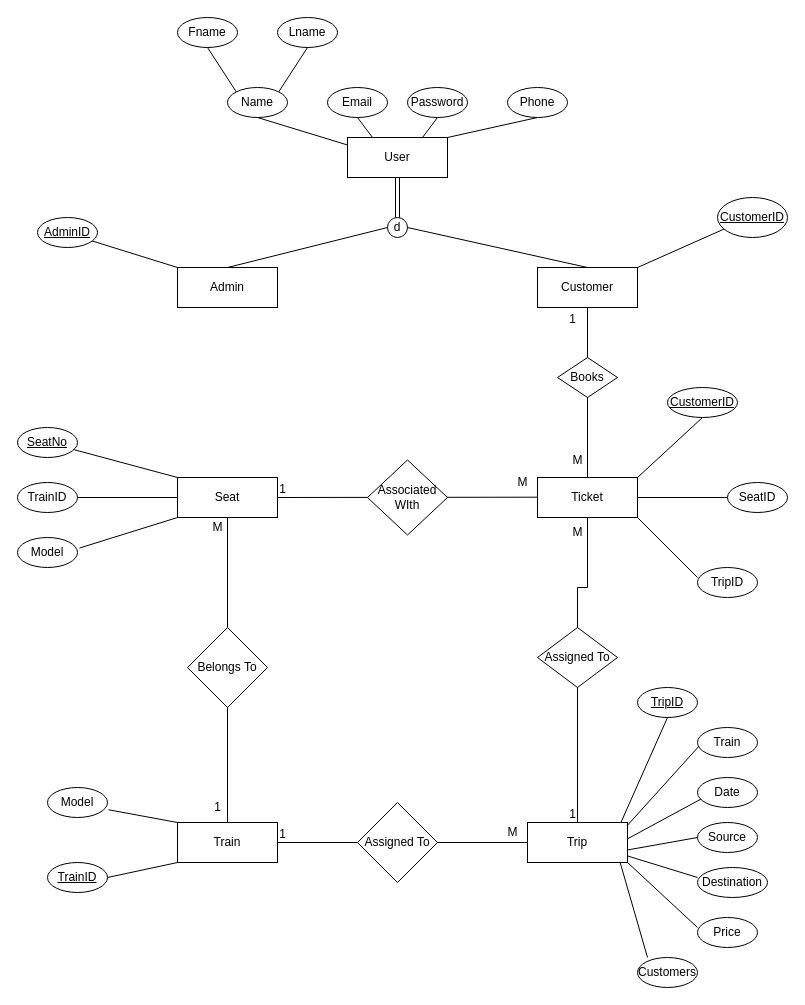
This is ERD.drawio from AliveTube/Train-Booking-App, a draw.io file, before an edit. Source tidied: cells renumbered, new cells numbered last; positions are measured from the earlier drawing's top-left corner, leaving out a move shared by most shapes. Both pictures are drawn from the tidied source at 100%, with x=0, y=0 at pixel (17, 17).
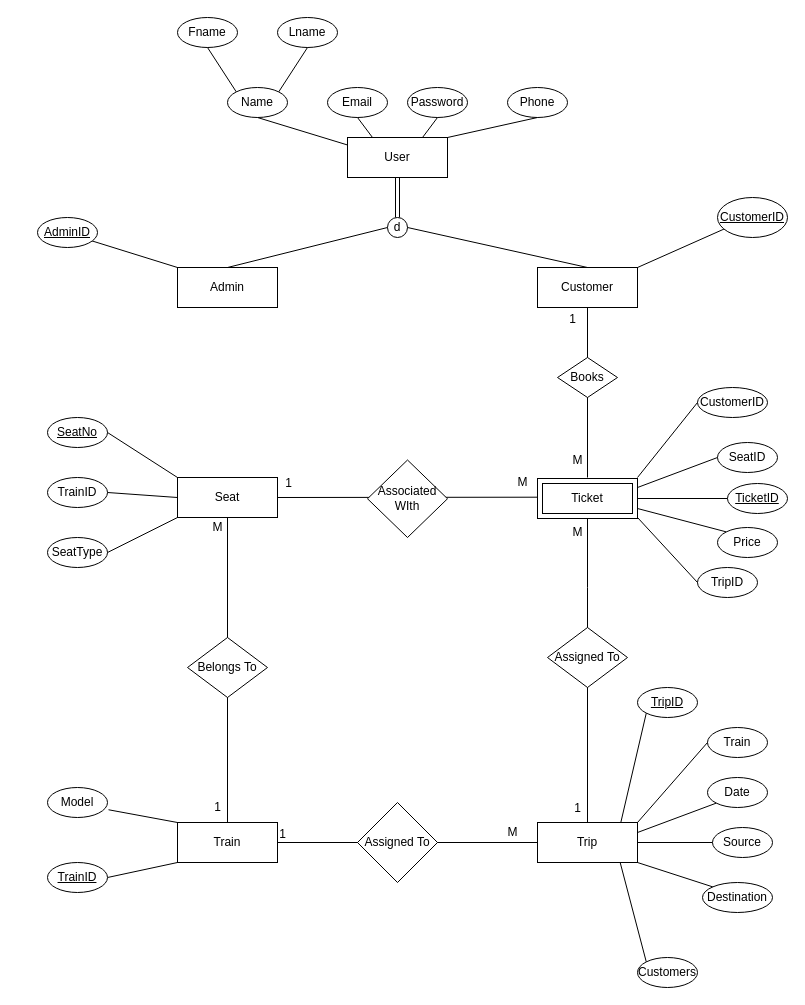
After the change.

The change refers to these unchanged cells:
```xml
<mxCell id="4" value="Customer" style="whiteSpace=wrap;html=1;align=center;" parent="1" vertex="1">
  <mxGeometry x="520" y="250" width="100" height="40" as="geometry" />
</mxCell>
<mxCell id="30" value="Seat" style="whiteSpace=wrap;html=1;align=center;" parent="1" vertex="1">
  <mxGeometry x="160" y="460" width="100" height="40" as="geometry" />
</mxCell>
<mxCell id="34" value="TripID" style="ellipse;whiteSpace=wrap;html=1;" parent="1" vertex="1">
  <mxGeometry x="680" y="550" width="60" height="30" as="geometry" />
</mxCell>
<mxCell id="46" value="&lt;u&gt;TripID&lt;/u&gt;" style="ellipse;whiteSpace=wrap;html=1;" parent="1" vertex="1">
  <mxGeometry x="620" y="670" width="60" height="30" as="geometry" />
</mxCell>
<mxCell id="52" value="Customers" style="ellipse;whiteSpace=wrap;html=1;" parent="1" vertex="1">
  <mxGeometry x="620" y="940" width="60" height="30" as="geometry" />
</mxCell>
<mxCell id="71" style="endArrow=none;html=1;rounded=0;entryX=1;entryY=0.5;entryDx=0;entryDy=0;exitX=0;exitY=0.5;exitDx=0;exitDy=0;" parent="1" edge="1" target="30">
  <mxGeometry relative="1" as="geometry">
    <mxPoint x="520" y="479.7" as="sourcePoint" />
  </mxGeometry>
</mxCell>
```

Change to the diagram source:
```diff
@@
     <mxCell id="21" value="Trip" style="whiteSpace=wrap;html=1;align=center;" parent="1" vertex="1">
-      <mxGeometry x="510" y="805" width="100" height="40" as="geometry" />
+      <mxGeometry x="520" y="805" width="100" height="40" as="geometry" />
     </mxCell>
@@
-    <mxCell id="31" value="Ticket" style="whiteSpace=wrap;html=1;align=center;" parent="1" vertex="1">
-      <mxGeometry x="520" y="460" width="100" height="40" as="geometry" />
-    </mxCell>
-    <mxCell id="32" value="&lt;u&gt;CustomerID&lt;/u&gt;" style="ellipse;whiteSpace=wrap;html=1;" parent="1" vertex="1">
-      <mxGeometry x="650" y="370" width="70" height="30" as="geometry" />
+    <mxCell id="32" value="CustomerID" style="ellipse;whiteSpace=wrap;html=1;" parent="1" vertex="1">
+      <mxGeometry x="680" y="370" width="70" height="30" as="geometry" />
     </mxCell>
     <mxCell id="33" value="SeatID" style="ellipse;whiteSpace=wrap;html=1;" parent="1" vertex="1">
-      <mxGeometry x="710" y="465" width="60" height="30" as="geometry" />
+      <mxGeometry x="700" y="425" width="60" height="30" as="geometry" />
     </mxCell>
@@
-    <mxCell id="35" style="endArrow=none;html=1;rounded=0;entryX=0.5;entryY=1;entryDx=0;entryDy=0;exitX=0.5;exitY=1;exitDx=0;exitDy=0;" parent="1" edge="1" source="32">
+    <mxCell id="35" style="endArrow=none;html=1;rounded=0;entryX=1;entryY=0;entryDx=0;entryDy=0;exitX=0;exitY=0.5;exitDx=0;exitDy=0;" parent="1" edge="1" source="32">
       <mxGeometry relative="1" as="geometry">
         <mxPoint x="620" y="460" as="targetPoint" />
       </mxGeometry>
     </mxCell>
     <mxCell id="36" value="&lt;u&gt;SeatNo&lt;/u&gt;" style="ellipse;whiteSpace=wrap;html=1;" parent="1" vertex="1">
-      <mxGeometry y="410" width="60" height="30" as="geometry" />
+      <mxGeometry x="30" y="400" width="60" height="30" as="geometry" />
     </mxCell>
-    <mxCell id="37" style="endArrow=none;html=1;rounded=0;exitX=1;exitY=0.5;exitDx=0;exitDy=0;" parent="1" edge="1" source="31">
+    <mxCell id="37" style="endArrow=none;html=1;rounded=0;exitX=1;exitY=0.25;exitDx=0;exitDy=0;entryX=0;entryY=0.5;entryDx=0;entryDy=0;" parent="1" edge="1" target="33">
       <mxGeometry relative="1" as="geometry">
-        <mxPoint x="710" y="480" as="targetPoint" />
+        <mxPoint x="620" y="470" as="sourcePoint" />
       </mxGeometry>
     </mxCell>
-    <mxCell id="38" style="endArrow=none;html=1;rounded=0;entryX=0.5;entryY=1;entryDx=0;entryDy=0;exitX=0.004;exitY=0.19;exitDx=0;exitDy=0;exitPerimeter=0;" parent="1" edge="1">
+    <mxCell id="38" style="endArrow=none;html=1;rounded=0;exitX=0;exitY=0.5;exitDx=0;exitDy=0;entryX=1;entryY=1;entryDx=0;entryDy=0;" parent="1" edge="1" source="34">
       <mxGeometry relative="1" as="geometry">
-        <mxPoint x="680" y="560" as="sourcePoint" />
         <mxPoint x="620" y="500" as="targetPoint" />
       </mxGeometry>
     </mxCell>
     <mxCell id="39" value="TrainID" style="ellipse;whiteSpace=wrap;html=1;" parent="1" vertex="1">
-      <mxGeometry y="465" width="60" height="30" as="geometry" />
+      <mxGeometry x="30" y="460" width="60" height="30" as="geometry" />
     </mxCell>
-    <mxCell id="40" value="Model" style="ellipse;whiteSpace=wrap;html=1;" parent="1" vertex="1">
-      <mxGeometry y="520" width="60" height="30" as="geometry" />
+    <mxCell id="40" value=" SeatType" style="ellipse;whiteSpace=wrap;html=1;" parent="1" vertex="1">
+      <mxGeometry x="30" y="520" width="60" height="30" as="geometry" />
     </mxCell>
-    <mxCell id="41" style="endArrow=none;html=1;rounded=0;exitX=0;exitY=0;exitDx=0;exitDy=0;" parent="1" edge="1" source="30" target="36">
+    <mxCell id="41" style="endArrow=none;html=1;rounded=0;exitX=0;exitY=0;exitDx=0;exitDy=0;entryX=1;entryY=0.5;entryDx=0;entryDy=0;" parent="1" edge="1" source="30" target="36">
       <mxGeometry relative="1" as="geometry" />
     </mxCell>
@@
-    <mxCell id="43" style="endArrow=none;html=1;rounded=0;exitX=0;exitY=1;exitDx=0;exitDy=0;entryX=1.031;entryY=0.353;entryDx=0;entryDy=0;entryPerimeter=0;" parent="1" edge="1" source="30" target="40">
+    <mxCell id="43" style="endArrow=none;html=1;rounded=0;exitX=0;exitY=1;exitDx=0;exitDy=0;entryX=1;entryY=0.5;entryDx=0;entryDy=0;" parent="1" edge="1" source="30" target="40">
       <mxGeometry relative="1" as="geometry" />
     </mxCell>
@@
     <mxCell id="47" value="Train" style="ellipse;whiteSpace=wrap;html=1;" parent="1" vertex="1">
-      <mxGeometry x="680" y="710" width="60" height="30" as="geometry" />
+      <mxGeometry x="690" y="710" width="60" height="30" as="geometry" />
     </mxCell>
     <mxCell id="48" value="Date" style="ellipse;whiteSpace=wrap;html=1;" parent="1" vertex="1">
-      <mxGeometry x="680" y="760" width="60" height="30" as="geometry" />
+      <mxGeometry x="690" y="760" width="60" height="30" as="geometry" />
     </mxCell>
     <mxCell id="49" value="Source" style="ellipse;whiteSpace=wrap;html=1;" parent="1" vertex="1">
-      <mxGeometry x="680" y="805" width="60" height="30" as="geometry" />
+      <mxGeometry x="695" y="810" width="60" height="30" as="geometry" />
     </mxCell>
     <mxCell id="50" value="Destination" style="ellipse;whiteSpace=wrap;html=1;" parent="1" vertex="1">
-      <mxGeometry x="680" y="850" width="70" height="30" as="geometry" />
+      <mxGeometry x="685" y="865" width="70" height="30" as="geometry" />
     </mxCell>
-    <mxCell id="51" value="Price" style="ellipse;whiteSpace=wrap;html=1;" parent="1" vertex="1">
-      <mxGeometry x="680" y="900" width="60" height="30" as="geometry" />
-    </mxCell>
@@
-    <mxCell id="53" style="endArrow=none;html=1;rounded=0;entryX=0.5;entryY=1;entryDx=0;entryDy=0;exitX=0.932;exitY=0.013;exitDx=0;exitDy=0;exitPerimeter=0;" parent="1" edge="1" source="21" target="46">
-      <mxGeometry relative="1" as="geometry" />
+    <mxCell id="53" style="endArrow=none;html=1;rounded=0;entryX=0;entryY=1;entryDx=0;entryDy=0;exitX=0.932;exitY=0.013;exitDx=0;exitDy=0;exitPerimeter=0;" parent="1" edge="1" target="46">
+      <mxGeometry relative="1" as="geometry">
+        <mxPoint x="603.2" y="805.5" as="sourcePoint" />
+      </mxGeometry>
     </mxCell>
-    <mxCell id="54" style="endArrow=none;html=1;rounded=0;entryX=0.023;entryY=0.627;entryDx=0;entryDy=0;exitX=0.994;exitY=0.086;exitDx=0;exitDy=0;exitPerimeter=0;entryPerimeter=0;" parent="1" edge="1" source="21" target="47">
+    <mxCell id="54" style="endArrow=none;html=1;rounded=0;entryX=0;entryY=0.5;entryDx=0;entryDy=0;exitX=1;exitY=0;exitDx=0;exitDy=0;" parent="1" edge="1" source="21" target="47">
       <mxGeometry relative="1" as="geometry" />
     </mxCell>
-    <mxCell id="55" style="endArrow=none;html=1;rounded=0;entryX=0.059;entryY=0.718;entryDx=0;entryDy=0;exitX=0.997;exitY=0.413;exitDx=0;exitDy=0;exitPerimeter=0;entryPerimeter=0;" parent="1" edge="1" source="21" target="48">
+    <mxCell id="55" style="endArrow=none;html=1;rounded=0;entryX=0;entryY=1;entryDx=0;entryDy=0;exitX=1;exitY=0.25;exitDx=0;exitDy=0;" parent="1" edge="1" source="21" target="48">
       <mxGeometry relative="1" as="geometry" />
     </mxCell>
-    <mxCell id="56" style="endArrow=none;html=1;rounded=0;entryX=0;entryY=0.5;entryDx=0;entryDy=0;exitX=1.001;exitY=0.686;exitDx=0;exitDy=0;exitPerimeter=0;" parent="1" edge="1" source="21" target="49">
+    <mxCell id="56" style="endArrow=none;html=1;rounded=0;entryX=0;entryY=0.5;entryDx=0;entryDy=0;exitX=1;exitY=0.5;exitDx=0;exitDy=0;" parent="1" edge="1" source="21" target="49">
       <mxGeometry relative="1" as="geometry" />
     </mxCell>
-    <mxCell id="57" style="endArrow=none;html=1;rounded=0;entryX=0;entryY=0.333;entryDx=0;entryDy=0;exitX=1.005;exitY=0.84;exitDx=0;exitDy=0;exitPerimeter=0;entryPerimeter=0;" parent="1" edge="1" source="21" target="50">
+    <mxCell id="57" style="endArrow=none;html=1;rounded=0;exitX=1;exitY=1;exitDx=0;exitDy=0;entryX=0;entryY=0;entryDx=0;entryDy=0;" parent="1" edge="1" source="21" target="50">
       <mxGeometry relative="1" as="geometry" />
     </mxCell>
-    <mxCell id="58" style="endArrow=none;html=1;rounded=0;entryX=0;entryY=0.333;entryDx=0;entryDy=0;exitX=1;exitY=1;exitDx=0;exitDy=0;entryPerimeter=0;" parent="1" edge="1" source="21" target="51">
-      <mxGeometry relative="1" as="geometry" />
-    </mxCell>
-    <mxCell id="59" style="endArrow=none;html=1;rounded=0;entryX=0.167;entryY=0;entryDx=0;entryDy=0;exitX=0.928;exitY=1.013;exitDx=0;exitDy=0;exitPerimeter=0;entryPerimeter=0;" parent="1" edge="1" source="21" target="52">
-      <mxGeometry relative="1" as="geometry" />
+    <mxCell id="59" style="endArrow=none;html=1;rounded=0;exitX=0.928;exitY=1.013;exitDx=0;exitDy=0;exitPerimeter=0;entryX=0;entryY=0;entryDx=0;entryDy=0;" parent="1" edge="1" target="52">
+      <mxGeometry relative="1" as="geometry">
+        <mxPoint x="602.8" y="845.5" as="sourcePoint" />
+      </mxGeometry>
     </mxCell>
-    <mxCell id="60" style="endArrow=none;html=1;rounded=0;entryX=0.5;entryY=1;entryDx=0;entryDy=0;exitX=0.5;exitY=0;exitDx=0;exitDy=0;" parent="1" edge="1" source="31" target="4">
-      <mxGeometry relative="1" as="geometry" />
+    <mxCell id="60" style="endArrow=none;html=1;rounded=0;entryX=0.5;entryY=1;entryDx=0;entryDy=0;exitX=0.5;exitY=0;exitDx=0;exitDy=0;" parent="1" edge="1" target="4">
+      <mxGeometry relative="1" as="geometry">
+        <mxPoint x="570" y="460" as="sourcePoint" />
+      </mxGeometry>
     </mxCell>
@@
-    <mxCell id="63" style="endArrow=none;html=1;rounded=0;entryX=0.5;entryY=0;entryDx=0;entryDy=0;exitX=0.5;exitY=1;exitDx=0;exitDy=0;" parent="1" edge="1" source="31" target="21">
+    <mxCell id="63" style="endArrow=none;html=1;rounded=0;entryX=0.5;entryY=0;entryDx=0;entryDy=0;exitX=0.5;exitY=1;exitDx=0;exitDy=0;" parent="1" edge="1" target="21">
       <mxGeometry relative="1" as="geometry">
+        <mxPoint x="570" y="500" as="sourcePoint" />
         <Array as="points">
           <mxPoint x="570" y="570" />
-          <mxPoint x="560" y="570" />
         </Array>
       </mxGeometry>
     </mxCell>
     <mxCell id="64" value="1" style="html=1;whiteSpace=wrap;align=right;verticalAlign=bottom;" parent="63" vertex="1">
-      <mxGeometry x="1" relative="1" as="geometry" />
+      <mxGeometry x="1" relative="1" as="geometry">
+        <mxPoint x="-5" y="-6" as="offset" />
+      </mxGeometry>
     </mxCell>
@@
     <mxCell id="67" value="Assigned To" style="shape=rhombus;perimeter=rhombusPerimeter;whiteSpace=wrap;html=1;align=center;" parent="1" vertex="1">
-      <mxGeometry x="520" y="610" width="80" height="60" as="geometry" />
+      <mxGeometry x="530" y="610" width="80" height="60" as="geometry" />
     </mxCell>
@@
     <mxCell id="72" value="1" style="html=1;whiteSpace=wrap;align=right;verticalAlign=bottom;" parent="71" vertex="1">
       <mxGeometry x="1" relative="1" as="geometry">
-        <mxPoint x="10" as="offset" />
+        <mxPoint x="16" y="-6" as="offset" />
       </mxGeometry>
     </mxCell>
@@
     <mxCell id="75" value="Associated WIth" style="rhombus;whiteSpace=wrap;html=1;" parent="1" vertex="1">
-      <mxGeometry x="350" y="442.5" width="80" height="75" as="geometry" />
+      <mxGeometry x="350" y="442.5" width="80" height="77.5" as="geometry" />
     </mxCell>
     <mxCell id="76" value="Belongs To" style="rhombus;whiteSpace=wrap;html=1;" parent="1" vertex="1">
-      <mxGeometry x="170" y="610" width="80" height="80" as="geometry" />
+      <mxGeometry x="170" y="620" width="80" height="60" as="geometry" />
     </mxCell>
@@
+    <mxCell id="80" value="&lt;u&gt;TicketID&lt;/u&gt;" style="ellipse;whiteSpace=wrap;html=1;" parent="1" vertex="1">
+      <mxGeometry x="710" y="466" width="60" height="30" as="geometry" />
+    </mxCell>
+    <mxCell id="81" style="endArrow=none;html=1;rounded=0;exitX=1;exitY=0.5;exitDx=0;exitDy=0;entryX=0;entryY=0.5;entryDx=0;entryDy=0;" parent="1" edge="1" source="31" target="80">
+      <mxGeometry relative="1" as="geometry" />
+    </mxCell>
+    <mxCell id="31" value="Ticket" style="shape=ext;margin=3;double=1;whiteSpace=wrap;html=1;align=center;" parent="1" vertex="1">
+      <mxGeometry x="520" y="461" width="100" height="40" as="geometry" />
+    </mxCell>
+    <mxCell id="51" value="Price" style="ellipse;whiteSpace=wrap;html=1;" parent="1" vertex="1">
+      <mxGeometry x="700" y="510" width="60" height="30" as="geometry" />
+    </mxCell>
+    <mxCell id="82" style="endArrow=none;html=1;rounded=0;exitX=1;exitY=0.75;exitDx=0;exitDy=0;entryX=0;entryY=0;entryDx=0;entryDy=0;" parent="1" edge="1" source="31" target="51">
+      <mxGeometry relative="1" as="geometry" />
+    </mxCell>
```
